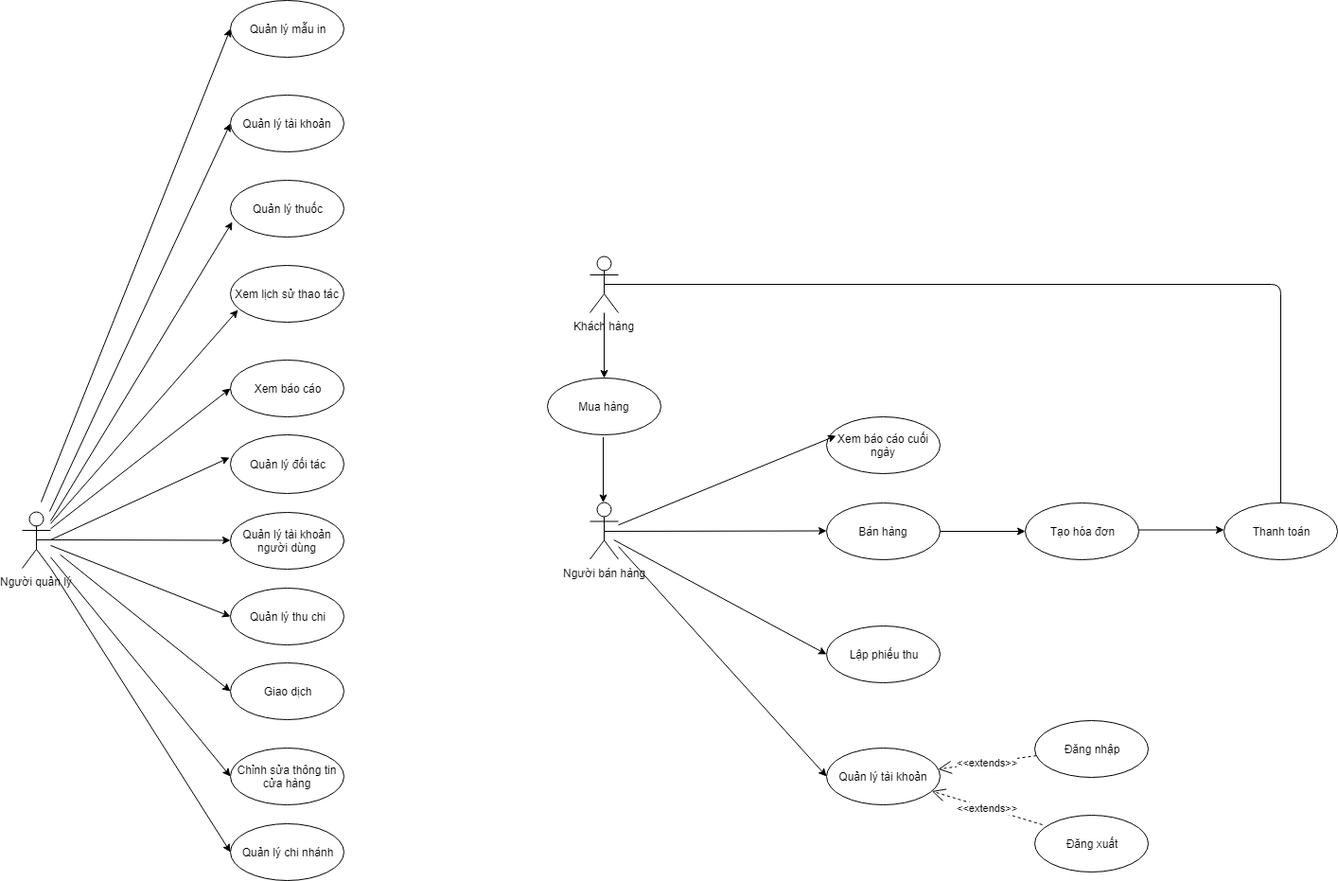
The draw.io diagram UC diagrams/UC tổng quan.png in Linkadi98/Software-Requirement-Analystic, before a commit. Source tidied: cells renumbered, new cells last; positions are measured from the earlier drawing's top-left corner, leaving out a move shared by most shapes.
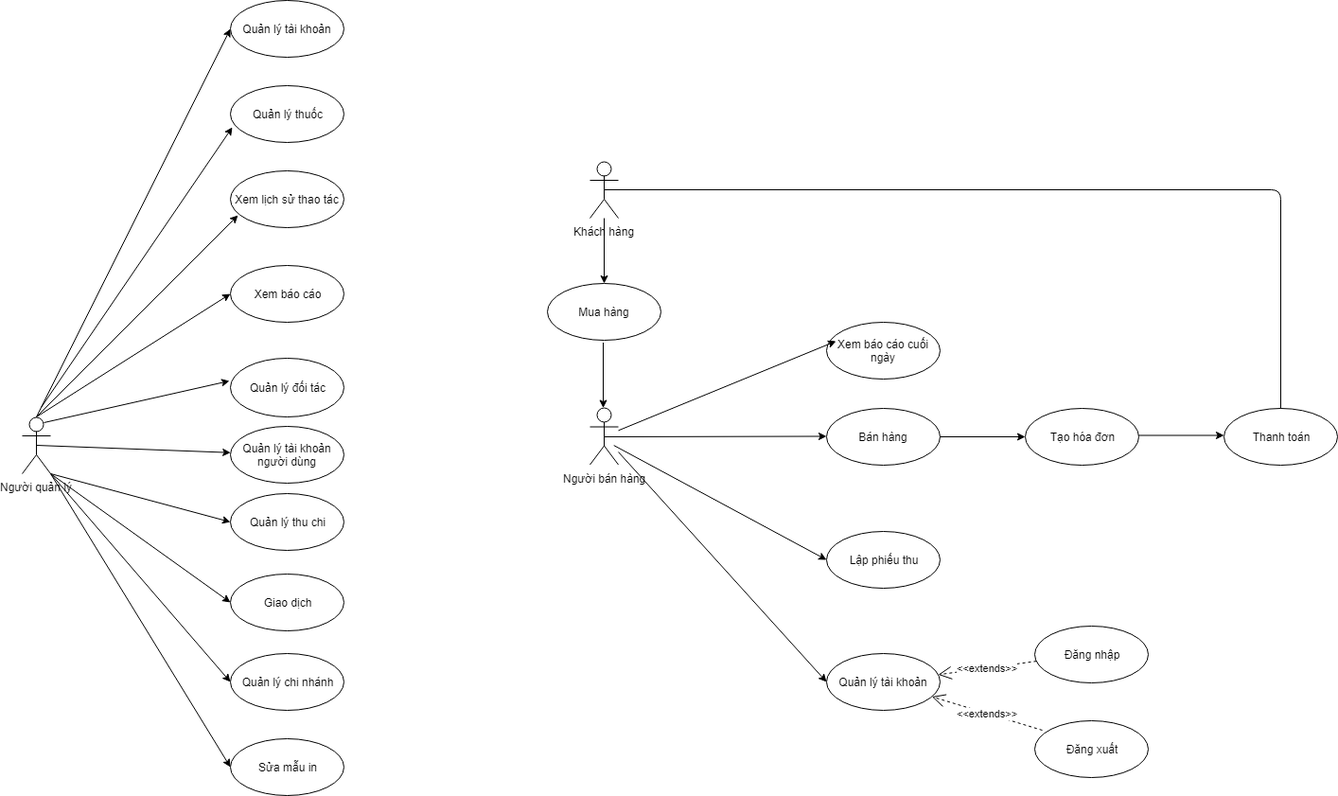
The same diagram one commit later.

The edit, as a diff of the source:
```diff
@@ -15,62 +15,54 @@
       <mxGeometry x="220" y="380" width="120" height="60" as="geometry" />
     </mxCell>
     <mxCell id="6" value="Giao dịch&lt;br&gt;" style="ellipse;whiteSpace=wrap;html=1;" parent="1" vertex="1">
-      <mxGeometry x="220" y="700" width="120" height="60" as="geometry" />
+      <mxGeometry x="220" y="705.5" width="120" height="60" as="geometry" />
     </mxCell>
     <mxCell id="7" value="Quản lý tài khoản&lt;br&gt;" style="ellipse;whiteSpace=wrap;html=1;" parent="1" vertex="1">
       <mxGeometry x="220" y="100" width="120" height="60" as="geometry" />
     </mxCell>
     <mxCell id="8" value="Quản lý đối tác&lt;br&gt;" style="ellipse;whiteSpace=wrap;html=1;" parent="1" vertex="1">
-      <mxGeometry x="220" y="459" width="120" height="62" as="geometry" />
+      <mxGeometry x="220" y="478" width="120" height="62" as="geometry" />
     </mxCell>
-    <mxCell id="9" style="endArrow=classic;html=1;entryX=-0.008;entryY=0.383;entryDx=0;entryDy=0;entryPerimeter=0;" parent="1" edge="1" target="8">
-      <mxGeometry relative="1" as="geometry">
-        <mxPoint x="30" y="570" as="sourcePoint" />
-      </mxGeometry>
+    <mxCell id="9" style="endArrow=classic;html=1;entryX=-0.008;entryY=0.383;entryDx=0;entryDy=0;entryPerimeter=0;exitX=0.75;exitY=0.1;exitDx=0;exitDy=0;exitPerimeter=0;" parent="1" edge="1" source="2" target="8">
+      <mxGeometry relative="1" as="geometry" />
     </mxCell>
     <mxCell id="10" style="endArrow=classic;html=1;entryX=0.017;entryY=0.733;entryDx=0;entryDy=0;entryPerimeter=0;" parent="1" edge="1" target="3">
       <mxGeometry relative="1" as="geometry">
-        <mxPoint x="30" y="550" as="sourcePoint" />
+        <mxPoint x="20" y="530" as="sourcePoint" />
       </mxGeometry>
     </mxCell>
-    <mxCell id="11" style="endArrow=classic;html=1;entryX=0;entryY=0.5;entryDx=0;entryDy=0;" parent="1" edge="1" source="2" target="4">
+    <mxCell id="11" style="endArrow=classic;html=1;entryX=0;entryY=0.5;entryDx=0;entryDy=0;exitX=1;exitY=1;exitDx=0;exitDy=0;exitPerimeter=0;" parent="1" edge="1" source="2" target="4">
       <mxGeometry relative="1" as="geometry" />
     </mxCell>
-    <mxCell id="12" style="endArrow=classic;html=1;entryX=0;entryY=0.5;entryDx=0;entryDy=0;" parent="1" edge="1" source="2" target="7">
-      <mxGeometry relative="1" as="geometry" />
+    <mxCell id="12" style="endArrow=classic;html=1;entryX=0;entryY=0.5;entryDx=0;entryDy=0;" parent="1" edge="1" target="7">
+      <mxGeometry relative="1" as="geometry">
+        <mxPoint x="15" y="540" as="sourcePoint" />
+      </mxGeometry>
     </mxCell>
     <mxCell id="13" value="Quản lý tài khoản người dùng&lt;br&gt;" style="ellipse;whiteSpace=wrap;html=1;" parent="1" vertex="1">
-      <mxGeometry x="220" y="540.5" width="120" height="60" as="geometry" />
+      <mxGeometry x="220" y="550" width="120" height="60" as="geometry" />
     </mxCell>
-    <mxCell id="14" value="Chỉnh sửa thông tin cửa hàng&lt;br&gt;" style="ellipse;whiteSpace=wrap;html=1;" parent="1" vertex="1">
-      <mxGeometry x="220" y="790" width="120" height="60" as="geometry" />
-    </mxCell>
     <mxCell id="15" value="Quản lý chi nhánh&lt;br&gt;" style="ellipse;whiteSpace=wrap;html=1;" parent="1" vertex="1">
-      <mxGeometry x="220" y="870" width="120" height="60" as="geometry" />
+      <mxGeometry x="220" y="790" width="120" height="60" as="geometry" />
     </mxCell>
-    <mxCell id="16" value="Quản lý mẫu in&lt;br&gt;" style="ellipse;whiteSpace=wrap;html=1;" parent="1" vertex="1">
-      <mxGeometry x="220" width="120" height="60" as="geometry" />
+    <mxCell id="16" value="Sửa mẫu in&lt;br&gt;" style="ellipse;whiteSpace=wrap;html=1;" parent="1" vertex="1">
+      <mxGeometry x="220" y="880" width="120" height="60" as="geometry" />
     </mxCell>
     <mxCell id="17" style="endArrow=classic;html=1;exitX=0.5;exitY=0.5;exitDx=0;exitDy=0;exitPerimeter=0;" parent="1" edge="1" source="2" target="13">
       <mxGeometry relative="1" as="geometry" />
     </mxCell>
-    <mxCell id="18" style="endArrow=classic;html=1;entryX=0;entryY=0.5;entryDx=0;entryDy=0;" parent="1" edge="1" source="2" target="14">
-      <mxGeometry relative="1" as="geometry" />
-    </mxCell>
     <mxCell id="19" style="endArrow=classic;html=1;entryX=0;entryY=0.5;entryDx=0;entryDy=0;" parent="1" edge="1" target="15">
       <mxGeometry relative="1" as="geometry">
         <mxPoint x="30" y="600" as="sourcePoint" />
       </mxGeometry>
     </mxCell>
-    <mxCell id="20" style="endArrow=classic;html=1;entryX=0;entryY=0.5;entryDx=0;entryDy=0;" parent="1" edge="1" target="16">
-      <mxGeometry relative="1" as="geometry">
-        <mxPoint x="20" y="530" as="sourcePoint" />
-      </mxGeometry>
+    <mxCell id="20" style="endArrow=classic;html=1;entryX=0;entryY=0.5;entryDx=0;entryDy=0;exitX=1;exitY=1;exitDx=0;exitDy=0;exitPerimeter=0;" parent="1" edge="1" source="2" target="16">
+      <mxGeometry relative="1" as="geometry" />
     </mxCell>
     <mxCell id="21" value="Xem lịch sử thao tác&lt;br&gt;" style="ellipse;whiteSpace=wrap;html=1;" parent="1" vertex="1">
       <mxGeometry x="220" y="280" width="120" height="60" as="geometry" />
     </mxCell>
-    <mxCell id="22" style="endArrow=classic;html=1;entryX=0.067;entryY=0.783;entryDx=0;entryDy=0;entryPerimeter=0;" parent="1" edge="1" source="2" target="21">
+    <mxCell id="22" style="endArrow=classic;html=1;entryX=0.067;entryY=0.783;entryDx=0;entryDy=0;entryPerimeter=0;exitX=0.5;exitY=0;exitDx=0;exitDy=0;exitPerimeter=0;" parent="1" edge="1" source="2" target="21">
       <mxGeometry relative="1" as="geometry" />
     </mxCell>
     <mxCell id="23" value="Người bán hàng" style="shape=umlActor;verticalLabelPosition=bottom;labelBackgroundColor=#ffffff;verticalAlign=top;html=1;outlineConnect=0;" parent="1" vertex="1">
@@ -108,12 +100,14 @@
     <mxCell id="33" value="&amp;lt;&amp;lt;extends&amp;gt;&amp;gt;&lt;br&gt;" style="endArrow=open;endSize=12;dashed=1;html=1;exitX=0.067;exitY=0.167;exitDx=0;exitDy=0;exitPerimeter=0;" parent="1" edge="1" source="30" target="28">
       <mxGeometry relative="1" as="geometry" />
     </mxCell>
-    <mxCell id="34" style="endArrow=classic;html=1;entryX=0;entryY=0.5;entryDx=0;entryDy=0;" parent="1" edge="1" source="2" target="5">
-      <mxGeometry relative="1" as="geometry" />
+    <mxCell id="34" style="endArrow=classic;html=1;entryX=0;entryY=0.5;entryDx=0;entryDy=0;" parent="1" edge="1" target="5">
+      <mxGeometry relative="1" as="geometry">
+        <mxPoint x="15" y="540" as="sourcePoint" />
+      </mxGeometry>
     </mxCell>
     <mxCell id="35" style="endArrow=classic;html=1;entryX=0;entryY=0.5;entryDx=0;entryDy=0;entryPerimeter=0;" parent="1" edge="1" target="6">
       <mxGeometry relative="1" as="geometry">
-        <mxPoint x="40" y="585.6" as="sourcePoint" />
+        <mxPoint x="30" y="600" as="sourcePoint" />
       </mxGeometry>
     </mxCell>
     <mxCell id="36" value="Xem báo cáo cuối ngày" style="ellipse;whiteSpace=wrap;html=1;" parent="1" vertex="1">
```
